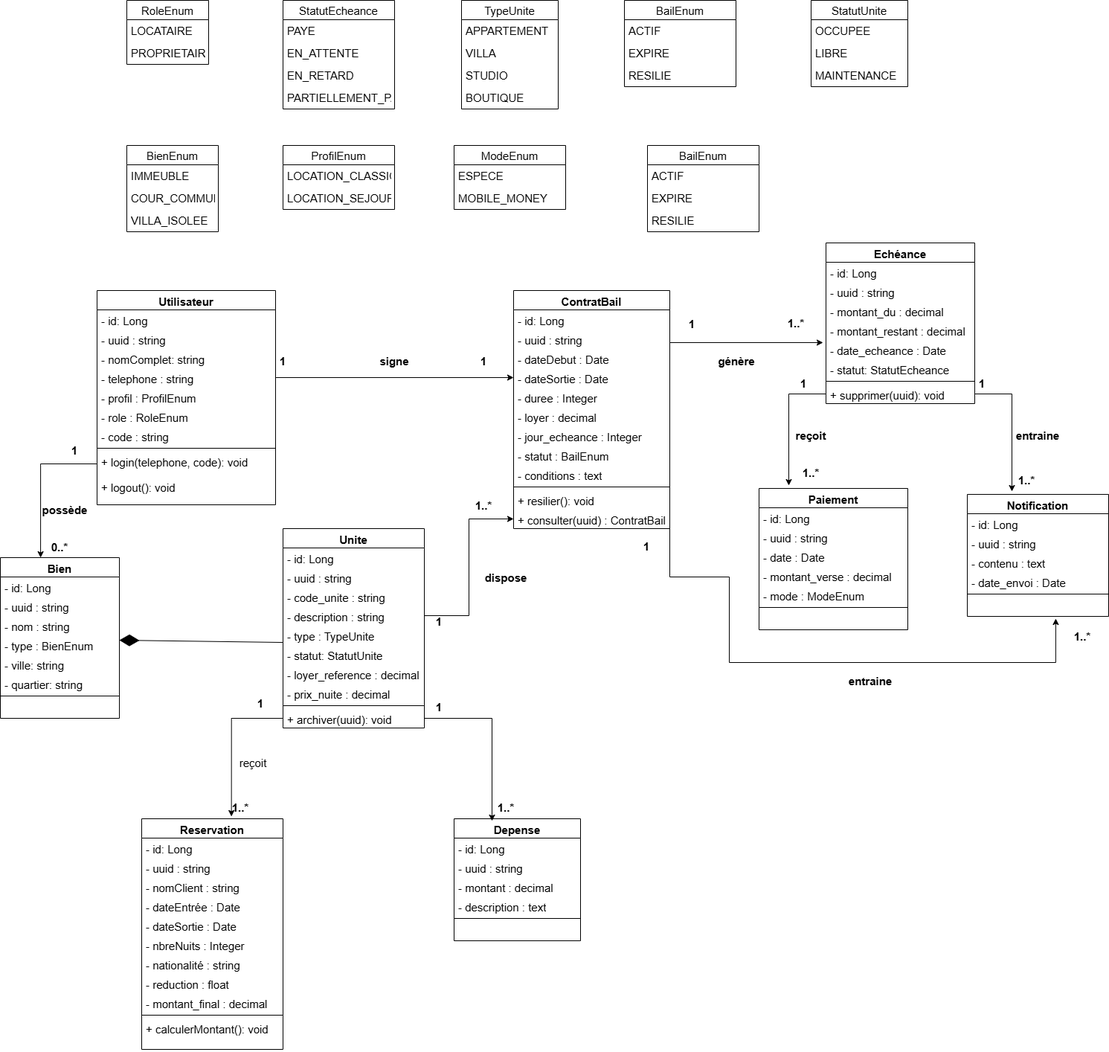
The draw.io diagram DIAGRAMME/classe.drawio.png in xavierGIT04/Soutenance, before a commit. Source tidied: cells renumbered, new cells last; positions are measured from the earlier drawing's top-left corner, leaving out a move shared by most shapes.
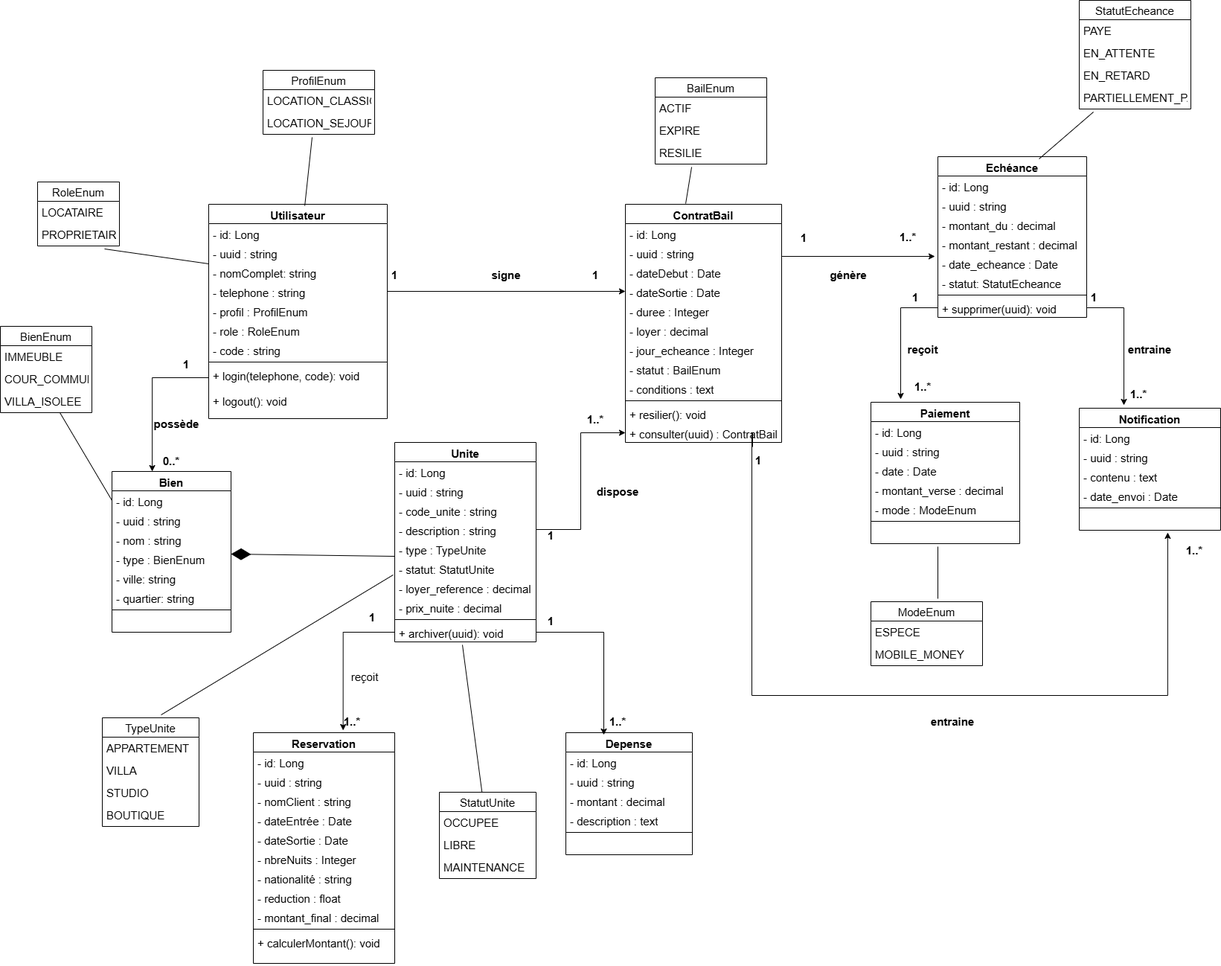
After the commit.

The edit, as a diff of the source:
```diff
@@ -36,7 +36,7 @@
       <mxGeometry y="250" width="240" height="38" as="geometry" />
     </mxCell>
     <mxCell id="13" value="ProfilEnum" style="swimlane;fontStyle=0;horizontal=1;startSize=26;align=center;fontSize=15;" parent="1" vertex="1">
-      <mxGeometry x="380" y="195" width="150" height="86" as="geometry" />
+      <mxGeometry x="203" y="210" width="150" height="86" as="geometry" />
     </mxCell>
     <mxCell id="14" value="LOCATION_CLASSIQUE" style="text;strokeColor=none;fillColor=none;spacingLeft=4;spacingRight=4;overflow=hidden;fontSize=15;whiteSpace=wrap;html=1;" parent="13" vertex="1">
       <mxGeometry y="26" width="150" height="30" as="geometry" />
@@ -45,7 +45,7 @@
       <mxGeometry y="56" width="150" height="30" as="geometry" />
     </mxCell>
     <mxCell id="16" value="RoleEnum" style="swimlane;fontStyle=0;horizontal=1;startSize=26;align=center;fontSize=15;" parent="1" vertex="1">
-      <mxGeometry x="170" width="110" height="86" as="geometry" />
+      <mxGeometry x="-100" y="360" width="110" height="86" as="geometry" />
     </mxCell>
     <mxCell id="17" value="LOCATAIRE" style="text;strokeColor=none;fillColor=none;spacingLeft=4;spacingRight=4;overflow=hidden;fontSize=15;whiteSpace=wrap;html=1;" parent="16" vertex="1">
       <mxGeometry y="26" width="110" height="30" as="geometry" />
@@ -114,7 +114,7 @@
       <mxGeometry y="242" width="190" height="26" as="geometry" />
     </mxCell>
     <mxCell id="39" value="BienEnum" style="swimlane;fontStyle=0;horizontal=1;startSize=26;align=center;fontSize=15;" parent="1" vertex="1">
-      <mxGeometry x="170" y="195" width="123" height="116" as="geometry" />
+      <mxGeometry x="-150" y="554" width="123" height="116" as="geometry" />
     </mxCell>
     <mxCell id="40" value="IMMEUBLE" style="text;strokeColor=none;fillColor=none;spacingLeft=4;spacingRight=4;overflow=hidden;fontSize=15;whiteSpace=wrap;html=1;" parent="39" vertex="1">
       <mxGeometry y="26" width="123" height="30" as="geometry" />
@@ -126,7 +126,7 @@
       <mxGeometry y="86" width="123" height="30" as="geometry" />
     </mxCell>
     <mxCell id="43" value="TypeUnite" style="swimlane;fontStyle=0;horizontal=1;startSize=26;align=center;fontSize=15;" parent="1" vertex="1">
-      <mxGeometry x="620" width="130" height="146" as="geometry" />
+      <mxGeometry x="-13" y="1080" width="130" height="146" as="geometry" />
     </mxCell>
     <mxCell id="44" value="APPARTEMENT" style="text;strokeColor=none;fillColor=none;spacingLeft=4;spacingRight=4;overflow=hidden;fontSize=15;whiteSpace=wrap;html=1;" parent="43" vertex="1">
       <mxGeometry y="26" width="130" height="30" as="geometry" />
@@ -141,7 +141,7 @@
       <mxGeometry y="116" width="130" height="30" as="geometry" />
     </mxCell>
     <mxCell id="48" value="StatutUnite" style="swimlane;fontStyle=0;horizontal=1;startSize=26;align=center;fontSize=15;" parent="1" vertex="1">
-      <mxGeometry x="1090" width="130" height="116" as="geometry" />
+      <mxGeometry x="440" y="1180" width="130" height="116" as="geometry" />
     </mxCell>
     <mxCell id="49" value="OCCUPEE" style="text;strokeColor=none;fillColor=none;spacingLeft=4;spacingRight=4;overflow=hidden;fontSize=15;whiteSpace=wrap;html=1;" parent="48" vertex="1">
       <mxGeometry y="26" width="130" height="30" as="geometry" />
@@ -191,18 +191,6 @@
     <mxCell id="64" value="+ consulter(uuid) : ContratBail" style="text;strokeColor=none;fillColor=none;align=left;verticalAlign=top;spacingLeft=4;spacingRight=4;overflow=hidden;points=[[0,0.5],[1,0.5]];portConstraint=eastwest;whiteSpace=wrap;html=1;fontSize=15;" parent="52" vertex="1">
       <mxGeometry y="294" width="210" height="26" as="geometry" />
     </mxCell>
-    <mxCell id="65" value="BailEnum" style="swimlane;fontStyle=0;horizontal=1;startSize=26;align=center;fontSize=15;" parent="1" vertex="1">
-      <mxGeometry x="839" width="150" height="116" as="geometry" />
-    </mxCell>
-    <mxCell id="66" value="ACTIF" style="text;strokeColor=none;fillColor=none;spacingLeft=4;spacingRight=4;overflow=hidden;fontSize=15;whiteSpace=wrap;html=1;" parent="65" vertex="1">
-      <mxGeometry y="26" width="150" height="30" as="geometry" />
-    </mxCell>
-    <mxCell id="67" value="EXPIRE" style="text;strokeColor=none;fillColor=none;spacingLeft=4;spacingRight=4;overflow=hidden;fontSize=15;whiteSpace=wrap;html=1;" parent="65" vertex="1">
-      <mxGeometry y="56" width="150" height="30" as="geometry" />
-    </mxCell>
-    <mxCell id="68" value="RESILIE" style="text;strokeColor=none;fillColor=none;spacingLeft=4;spacingRight=4;overflow=hidden;fontSize=15;whiteSpace=wrap;html=1;" parent="65" vertex="1">
-      <mxGeometry y="86" width="150" height="30" as="geometry" />
-    </mxCell>
     <mxCell id="69" value="Paiement" style="swimlane;fontStyle=1;align=center;verticalAlign=top;horizontal=1;startSize=26;whiteSpace=wrap;html=1;fontSize=15;" parent="1" vertex="1">
       <mxGeometry x="1020" y="656" width="200" height="190" as="geometry" />
     </mxCell>
@@ -260,7 +248,7 @@
       <mxGeometry y="190" width="200" height="26" as="geometry" />
     </mxCell>
     <mxCell id="87" value="StatutEcheance" style="swimlane;fontStyle=0;horizontal=1;startSize=26;align=center;fontSize=15;" parent="1" vertex="1">
-      <mxGeometry x="380" width="150" height="146" as="geometry" />
+      <mxGeometry x="1300" y="116" width="150" height="146" as="geometry" />
     </mxCell>
     <mxCell id="88" value="PAYE" style="text;strokeColor=none;fillColor=none;spacingLeft=4;spacingRight=4;overflow=hidden;fontSize=15;whiteSpace=wrap;html=1;" parent="87" vertex="1">
       <mxGeometry y="26" width="150" height="30" as="geometry" />
@@ -275,7 +263,7 @@
       <mxGeometry y="116" width="150" height="30" as="geometry" />
     </mxCell>
     <mxCell id="92" value="BailEnum" style="swimlane;fontStyle=0;horizontal=1;startSize=26;align=center;fontSize=15;" parent="1" vertex="1">
-      <mxGeometry x="870" y="195" width="150" height="116" as="geometry" />
+      <mxGeometry x="730" y="220" width="150" height="116" as="geometry" />
     </mxCell>
     <mxCell id="93" value="ACTIF" style="text;strokeColor=none;fillColor=none;spacingLeft=4;spacingRight=4;overflow=hidden;fontSize=15;whiteSpace=wrap;html=1;" parent="92" vertex="1">
       <mxGeometry y="26" width="150" height="30" as="geometry" />
@@ -287,7 +275,7 @@
       <mxGeometry y="86" width="150" height="30" as="geometry" />
     </mxCell>
     <mxCell id="96" value="ModeEnum" style="swimlane;fontStyle=0;horizontal=1;startSize=26;align=center;fontSize=15;" parent="1" vertex="1">
-      <mxGeometry x="610" y="195" width="150" height="86" as="geometry" />
+      <mxGeometry x="1020" y="924" width="150" height="86" as="geometry" />
     </mxCell>
     <mxCell id="97" value="ESPECE" style="text;strokeColor=none;fillColor=none;spacingLeft=4;spacingRight=4;overflow=hidden;fontSize=15;whiteSpace=wrap;html=1;" parent="96" vertex="1">
       <mxGeometry y="26" width="150" height="30" as="geometry" />
@@ -470,17 +458,18 @@
     <mxCell id="154" value="&lt;b&gt;1&lt;/b&gt;" style="text;html=1;whiteSpace=wrap;strokeColor=none;fillColor=none;align=center;verticalAlign=middle;rounded=0;fontSize=15;" parent="1" vertex="1">
       <mxGeometry x="560" y="935" width="60" height="30" as="geometry" />
     </mxCell>
-    <mxCell id="155" style="edgeStyle=orthogonalEdgeStyle;rounded=0;jettySize=auto;html=1;exitX=1;exitY=0.5;exitDx=0;exitDy=0;entryX=0.626;entryY=1.115;entryDx=0;entryDy=0;entryPerimeter=0;fontSize=15;" parent="1" edge="1" source="64" target="140">
+    <mxCell id="155" style="edgeStyle=orthogonalEdgeStyle;rounded=0;jettySize=auto;html=1;exitX=0.367;exitY=-0.1;exitDx=0;exitDy=0;entryX=0.626;entryY=1.115;entryDx=0;entryDy=0;entryPerimeter=0;fontSize=15;exitPerimeter=0;" parent="1" edge="1" source="157" target="140">
       <mxGeometry relative="1" as="geometry">
         <Array as="points">
-          <mxPoint x="980" y="775" />
-          <mxPoint x="980" y="890" />
-          <mxPoint x="1419" y="890" />
+          <mxPoint x="861" y="697" />
+          <mxPoint x="860" y="697" />
+          <mxPoint x="860" y="1050" />
+          <mxPoint x="1419" y="1050" />
         </Array>
       </mxGeometry>
     </mxCell>
     <mxCell id="156" value="&lt;b&gt;entraine&lt;/b&gt;" style="text;html=1;whiteSpace=wrap;strokeColor=none;fillColor=none;align=center;verticalAlign=middle;rounded=0;fontSize=15;" parent="1" vertex="1">
-      <mxGeometry x="1140" y="900" width="60" height="30" as="geometry" />
+      <mxGeometry x="1100" y="1070" width="60" height="30" as="geometry" />
     </mxCell>
     <mxCell id="157" value="&lt;b&gt;&lt;font&gt;1&lt;/font&gt;&lt;/b&gt;" style="text;html=1;whiteSpace=wrap;strokeColor=none;fillColor=none;align=center;verticalAlign=middle;rounded=0;fontSize=15;" parent="1" vertex="1">
       <mxGeometry x="839" y="719" width="60" height="30" as="geometry" />
@@ -491,5 +480,37 @@
     <mxCell id="159" style="edgeStyle=orthogonalEdgeStyle;rounded=0;jettySize=auto;html=1;exitX=1;exitY=0.5;exitDx=0;exitDy=0;fontSize=15;" parent="1" edge="1" source="32" target="64">
       <mxGeometry relative="1" as="geometry" />
     </mxCell>
+    <mxCell id="160" style="endArrow=none;html=1;rounded=0;" parent="1" edge="1">
+      <mxGeometry relative="1" as="geometry">
+        <mxPoint x="130" y="470" as="sourcePoint" />
+        <mxPoint x="-10" y="450" as="targetPoint" />
+      </mxGeometry>
+    </mxCell>
+    <mxCell id="161" style="endArrow=none;html=1;rounded=0;exitX=0;exitY=0.5;exitDx=0;exitDy=0;" parent="1" edge="1" source="20">
+      <mxGeometry relative="1" as="geometry">
+        <mxPoint x="-70" y="670" as="targetPoint" />
+      </mxGeometry>
+    </mxCell>
+    <mxCell id="162" style="endArrow=none;html=1;rounded=0;entryX=0.127;entryY=1.133;entryDx=0;entryDy=0;entryPerimeter=0;exitX=0.68;exitY=0.014;exitDx=0;exitDy=0;exitPerimeter=0;" parent="1" edge="1" source="77" target="91">
+      <mxGeometry relative="1" as="geometry" />
+    </mxCell>
+    <mxCell id="163" style="endArrow=none;html=1;rounded=0;entryX=0.44;entryY=1.133;entryDx=0;entryDy=0;entryPerimeter=0;exitX=0.538;exitY=0.007;exitDx=0;exitDy=0;exitPerimeter=0;" parent="1" edge="1" source="2" target="15">
+      <mxGeometry relative="1" as="geometry" />
+    </mxCell>
+    <mxCell id="164" style="endArrow=none;html=1;rounded=0;entryX=0.327;entryY=1.133;entryDx=0;entryDy=0;entryPerimeter=0;exitX=0.386;exitY=-0.003;exitDx=0;exitDy=0;exitPerimeter=0;" parent="1" edge="1" source="52" target="95">
+      <mxGeometry relative="1" as="geometry" />
+    </mxCell>
+    <mxCell id="165" style="endArrow=none;html=1;rounded=0;" parent="1" edge="1">
+      <mxGeometry relative="1" as="geometry">
+        <mxPoint x="1110" y="920" as="sourcePoint" />
+        <mxPoint x="1110" y="850" as="targetPoint" />
+      </mxGeometry>
+    </mxCell>
+    <mxCell id="166" style="endArrow=none;html=1;rounded=0;entryX=0.479;entryY=1.154;entryDx=0;entryDy=0;entryPerimeter=0;" parent="1" edge="1" source="48" target="38">
+      <mxGeometry relative="1" as="geometry" />
+    </mxCell>
+    <mxCell id="167" style="endArrow=none;html=1;rounded=0;entryX=0.608;entryY=-0.027;entryDx=0;entryDy=0;exitX=-0.011;exitY=0.846;exitDx=0;exitDy=0;exitPerimeter=0;entryPerimeter=0;" parent="1" edge="1" source="34" target="43">
+      <mxGeometry relative="1" as="geometry" />
+    </mxCell>
   </root>
 </mxGraphModel>
```
